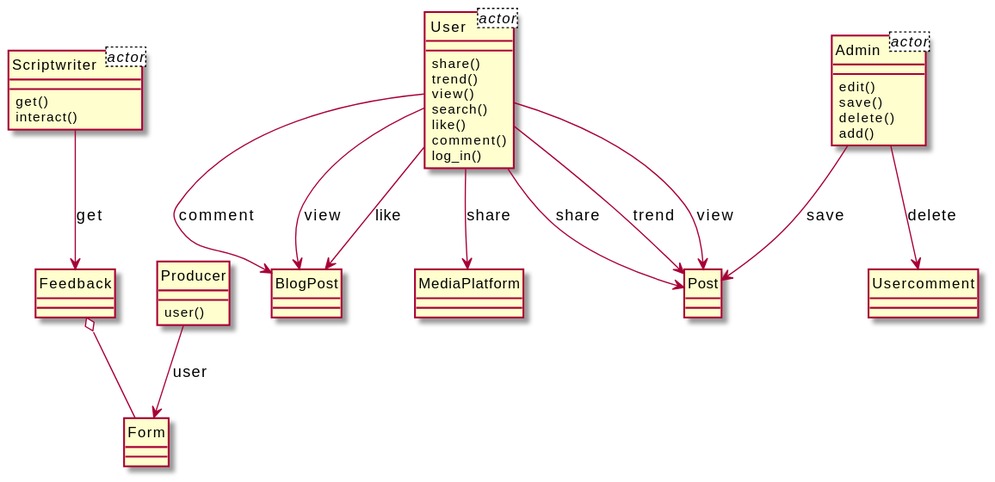
Earlier version of the PlantUML export output/diagram_5/2017-USC-Project07.svg (xixixhalu/DomainModelExtractor).
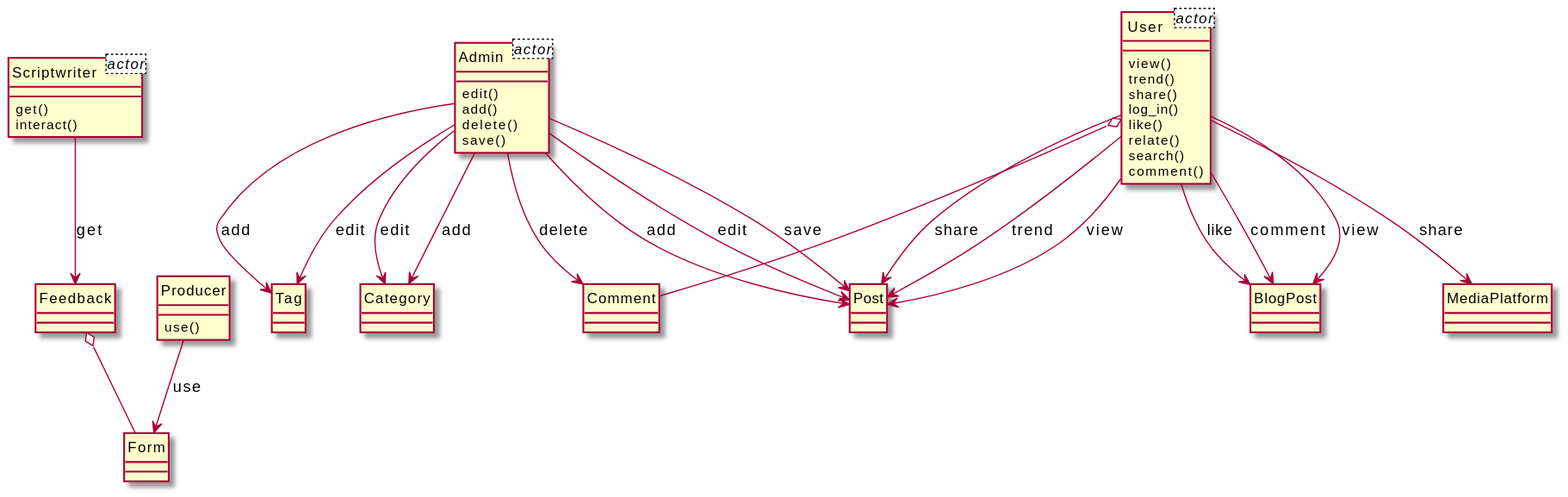
The same diagram one commit later.

What changed in the source:
```diff
@@ -8,48 +8,60 @@
 }
 class Form {
 }
-class Admin {
-	edit()
-	save()
-	delete()
-	add()
-}
-class Post {
-}
-class Usercomment {
-}
-class User {
-	share()
-	trend()
-	view()
-	search()
-	like()
-	comment()
-	log_in()
-}
-class BlogPost {
-}
-class MediaPlatform {
+class Comment {
 }
 class Producer {
-	user()
+	use()
 }
 class Scriptwriter {
 	get()
 	interact()
 }
+class User {
+	view()
+	trend()
+	share()
+	log_in()
+	like()
+	relate()
+	search()
+	comment()
+}
+class BlogPost {
+}
+class Post {
+}
+class Admin {
+	edit()
+	add()
+	delete()
+	save()
+}
+class Tag {
+}
 class Feedback {
 }
+class MediaPlatform {
+}
+class Category {
+}
+Producer --> Form : use
+Admin --> Comment : delete
+User --> BlogPost : like
+Admin --> Post : edit
 User --> BlogPost : comment
+User --> BlogPost : view
+User --> Post : share
+User --> Post : trend
+Admin --> Tag : add
+Admin --> Post : save
+Admin --> Tag : edit
+Admin --> Category : edit
+User --> Post : view
+User --> MediaPlatform : share
+Admin --> Category : add
+Feedback o-- Form
+User o-- Comment
+Admin --> Post : add
 Scriptwriter --> Feedback : get
-User --> MediaPlatform : share
-Admin --> Usercomment : delete
-User --> Post : trend
-User --> Post : view
-User --> Post : share
-Feedback o-- Form
-User --> BlogPost : view
-Producer --> Form : user
-User --> BlogPost : like
-Admin --> Post : save
 @enduml
```
